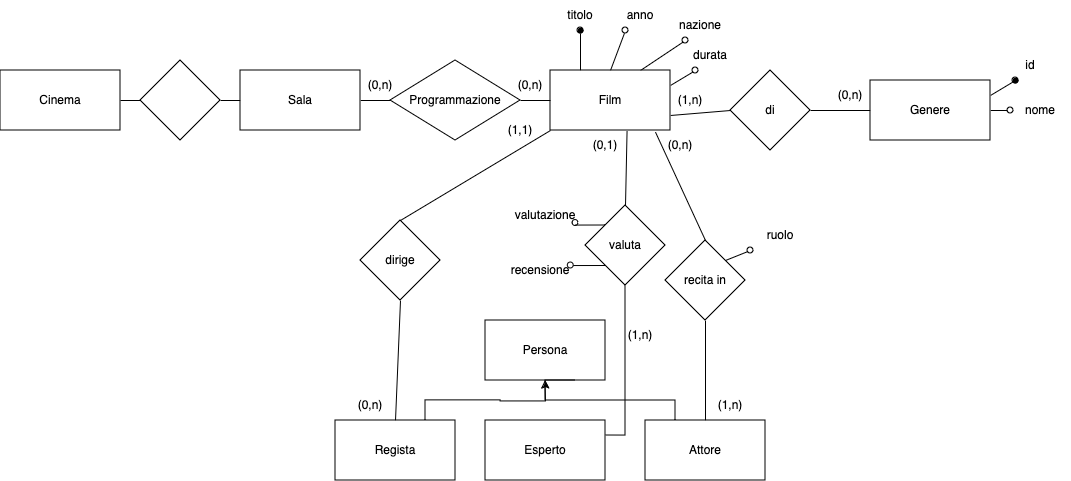
GekkeijuITA/BD keeps this draw.io diagram as Cinema.drawio.png. Above is the earlier version. Source tidied: cells renumbered, new cells last; positions are measured from the earlier drawing's top-left corner, leaving out a move shared by most shapes.
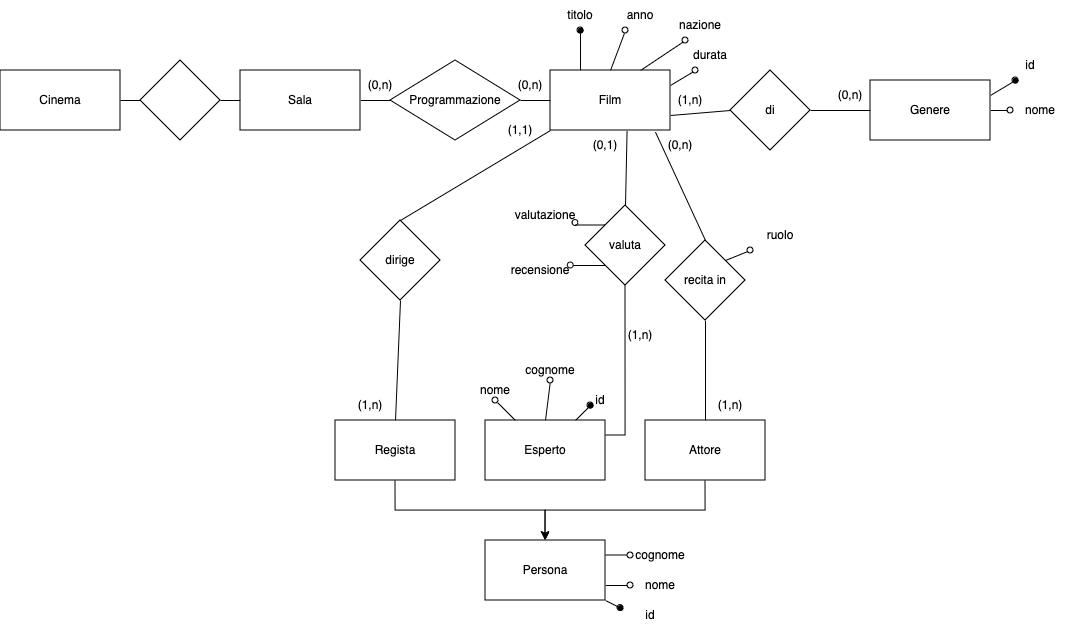
The same file after the commit.

Diff of the diagram source:
```diff
@@ -38,8 +38,22 @@
     <mxCell id="13" value="Programmazione" style="rhombus;whiteSpace=wrap;html=1;" parent="1" vertex="1">
       <mxGeometry x="390" y="60" width="130" height="80" as="geometry" />
     </mxCell>
+    <mxCell id="58" style="edgeStyle=orthogonalEdgeStyle;rounded=0;jettySize=auto;html=1;exitX=1;exitY=0.25;exitDx=0;exitDy=0;entryX=0;entryY=0.5;entryDx=0;entryDy=0;endArrow=oval;endFill=0;" parent="1" edge="1" source="14" target="67">
+      <mxGeometry relative="1" as="geometry">
+        <Array as="points">
+          <mxPoint x="620" y="555" />
+          <mxPoint x="620" y="555" />
+        </Array>
+      </mxGeometry>
+    </mxCell>
+    <mxCell id="59" style="edgeStyle=orthogonalEdgeStyle;rounded=0;jettySize=auto;html=1;exitX=1;exitY=0.75;exitDx=0;exitDy=0;entryX=0;entryY=0.5;entryDx=0;entryDy=0;endArrow=oval;endFill=0;" parent="1" edge="1" source="14" target="66">
+      <mxGeometry relative="1" as="geometry" />
+    </mxCell>
+    <mxCell id="60" style="rounded=0;jettySize=auto;html=1;exitX=1;exitY=1;exitDx=0;exitDy=0;entryX=0;entryY=0.25;entryDx=0;entryDy=0;endArrow=oval;endFill=1;" parent="1" edge="1" source="14" target="68">
+      <mxGeometry relative="1" as="geometry" />
+    </mxCell>
     <mxCell id="14" value="Persona" style="rounded=0;whiteSpace=wrap;html=1;" parent="1" vertex="1">
-      <mxGeometry x="485" y="320" width="120" height="60" as="geometry" />
+      <mxGeometry x="485" y="540" width="120" height="60" as="geometry" />
     </mxCell>
     <mxCell id="15" style="edgeStyle=orthogonalEdgeStyle;rounded=0;jettySize=auto;html=1;exitX=0;exitY=0.5;exitDx=0;exitDy=0;entryX=1;entryY=0.5;entryDx=0;entryDy=0;endArrow=none;endFill=0;" parent="1" edge="1" source="16" target="2">
       <mxGeometry relative="1" as="geometry" />
@@ -80,6 +94,15 @@
     <mxCell id="27" style="edgeStyle=orthogonalEdgeStyle;rounded=0;jettySize=auto;html=1;exitX=1;exitY=0.25;exitDx=0;exitDy=0;entryX=0.5;entryY=1;entryDx=0;entryDy=0;endArrow=none;endFill=0;" parent="1" edge="1" source="28" target="30">
       <mxGeometry relative="1" as="geometry" />
     </mxCell>
+    <mxCell id="61" style="rounded=0;jettySize=auto;html=1;exitX=0.25;exitY=0;exitDx=0;exitDy=0;entryX=0.5;entryY=1;entryDx=0;entryDy=0;endArrow=oval;endFill=0;" parent="1" edge="1" source="28" target="69">
+      <mxGeometry relative="1" as="geometry" />
+    </mxCell>
+    <mxCell id="62" style="rounded=0;jettySize=auto;html=1;exitX=0.75;exitY=0;exitDx=0;exitDy=0;entryX=0;entryY=0.75;entryDx=0;entryDy=0;endArrow=oval;endFill=1;" parent="1" edge="1" source="28" target="71">
+      <mxGeometry relative="1" as="geometry" />
+    </mxCell>
+    <mxCell id="63" style="rounded=0;jettySize=auto;html=1;exitX=0.5;exitY=0;exitDx=0;exitDy=0;entryX=0.5;entryY=1;entryDx=0;entryDy=0;endArrow=oval;endFill=0;" parent="1" edge="1" source="28" target="70">
+      <mxGeometry relative="1" as="geometry" />
+    </mxCell>
     <mxCell id="28" value="Esperto" style="rounded=0;whiteSpace=wrap;html=1;" parent="1" vertex="1">
       <mxGeometry x="485" y="420" width="120" height="60" as="geometry" />
     </mxCell>
@@ -95,19 +118,12 @@
     <mxCell id="32" value="recensione" style="text;html=1;align=center;verticalAlign=middle;whiteSpace=wrap;rounded=0;" parent="1" vertex="1">
       <mxGeometry x="510" y="255" width="60" height="30" as="geometry" />
     </mxCell>
-    <mxCell id="33" style="edgeStyle=orthogonalEdgeStyle;rounded=0;jettySize=auto;html=1;exitX=0.25;exitY=0;exitDx=0;exitDy=0;endArrow=none;endFill=0;" parent="1" edge="1" source="35">
-      <mxGeometry relative="1" as="geometry">
-        <mxPoint x="575" y="380" as="targetPoint" />
-        <Array as="points">
-          <mxPoint x="675" y="400" />
-          <mxPoint x="545" y="400" />
-          <mxPoint x="545" y="380" />
-        </Array>
-      </mxGeometry>
-    </mxCell>
     <mxCell id="34" style="edgeStyle=orthogonalEdgeStyle;rounded=0;jettySize=auto;html=1;exitX=0.5;exitY=0;exitDx=0;exitDy=0;entryX=0.5;entryY=1;entryDx=0;entryDy=0;endArrow=none;endFill=0;" parent="1" edge="1" source="35" target="37">
       <mxGeometry relative="1" as="geometry" />
     </mxCell>
+    <mxCell id="64" style="edgeStyle=orthogonalEdgeStyle;rounded=0;jettySize=auto;html=1;exitX=0.5;exitY=1;exitDx=0;exitDy=0;entryX=0.5;entryY=0;entryDx=0;entryDy=0;" parent="1" edge="1" source="35" target="14">
+      <mxGeometry relative="1" as="geometry" />
+    </mxCell>
     <mxCell id="35" value="&lt;div&gt;Attore&lt;/div&gt;" style="rounded=0;whiteSpace=wrap;html=1;" parent="1" vertex="1">
       <mxGeometry x="645" y="420" width="120" height="60" as="geometry" />
     </mxCell>
@@ -120,14 +136,12 @@
     <mxCell id="38" value="di" style="rhombus;whiteSpace=wrap;html=1;" parent="1" vertex="1">
       <mxGeometry x="730" y="70" width="80" height="80" as="geometry" />
     </mxCell>
-    <mxCell id="39" style="edgeStyle=orthogonalEdgeStyle;rounded=0;jettySize=auto;html=1;exitX=0.75;exitY=0;exitDx=0;exitDy=0;" parent="1" edge="1" source="41">
-      <mxGeometry relative="1" as="geometry">
-        <mxPoint x="545" y="380" as="targetPoint" />
-      </mxGeometry>
-    </mxCell>
     <mxCell id="40" style="rounded=0;jettySize=auto;html=1;exitX=0.5;exitY=0;exitDx=0;exitDy=0;entryX=0.5;entryY=1;entryDx=0;entryDy=0;endArrow=none;endFill=0;" parent="1" edge="1" source="41" target="43">
       <mxGeometry relative="1" as="geometry" />
     </mxCell>
+    <mxCell id="65" style="edgeStyle=orthogonalEdgeStyle;rounded=0;jettySize=auto;html=1;exitX=0.5;exitY=1;exitDx=0;exitDy=0;entryX=0.5;entryY=0;entryDx=0;entryDy=0;" parent="1" edge="1" source="41" target="14">
+      <mxGeometry relative="1" as="geometry" />
+    </mxCell>
     <mxCell id="41" value="Regista" style="rounded=0;whiteSpace=wrap;html=1;" parent="1" vertex="1">
       <mxGeometry x="335" y="420" width="120" height="60" as="geometry" />
     </mxCell>
@@ -161,7 +175,7 @@
     <mxCell id="51" value="(1,1)" style="text;html=1;align=center;verticalAlign=middle;whiteSpace=wrap;rounded=0;" parent="1" vertex="1">
       <mxGeometry x="490" y="115" width="60" height="30" as="geometry" />
     </mxCell>
-    <mxCell id="52" value="(0,n)" style="text;html=1;align=center;verticalAlign=middle;whiteSpace=wrap;rounded=0;" parent="1" vertex="1">
+    <mxCell id="52" value="(1,n)" style="text;html=1;align=center;verticalAlign=middle;whiteSpace=wrap;rounded=0;" parent="1" vertex="1">
       <mxGeometry x="340" y="390" width="60" height="30" as="geometry" />
     </mxCell>
     <mxCell id="53" value="(0,n)" style="text;html=1;align=center;verticalAlign=middle;whiteSpace=wrap;rounded=0;" parent="1" vertex="1">
@@ -179,5 +193,23 @@
     <mxCell id="57" value="ruolo" style="text;html=1;align=center;verticalAlign=middle;whiteSpace=wrap;rounded=0;" parent="1" vertex="1">
       <mxGeometry x="750" y="220" width="60" height="30" as="geometry" />
     </mxCell>
+    <mxCell id="66" value="nome" style="text;html=1;align=center;verticalAlign=middle;whiteSpace=wrap;rounded=0;" parent="1" vertex="1">
+      <mxGeometry x="630" y="570" width="60" height="30" as="geometry" />
+    </mxCell>
+    <mxCell id="67" value="cognome" style="text;html=1;align=center;verticalAlign=middle;whiteSpace=wrap;rounded=0;" parent="1" vertex="1">
+      <mxGeometry x="630" y="540" width="60" height="30" as="geometry" />
+    </mxCell>
+    <mxCell id="68" value="id" style="text;html=1;align=center;verticalAlign=middle;whiteSpace=wrap;rounded=0;" parent="1" vertex="1">
+      <mxGeometry x="620" y="600" width="60" height="30" as="geometry" />
+    </mxCell>
+    <mxCell id="69" value="nome" style="text;html=1;align=center;verticalAlign=middle;whiteSpace=wrap;rounded=0;" parent="1" vertex="1">
+      <mxGeometry x="470" y="380" width="50" height="20" as="geometry" />
+    </mxCell>
+    <mxCell id="70" value="cognome" style="text;html=1;align=center;verticalAlign=middle;whiteSpace=wrap;rounded=0;" parent="1" vertex="1">
+      <mxGeometry x="520" y="360" width="60" height="20" as="geometry" />
+    </mxCell>
+    <mxCell id="71" value="id" style="text;html=1;align=center;verticalAlign=middle;whiteSpace=wrap;rounded=0;" parent="1" vertex="1">
+      <mxGeometry x="590" y="390" width="20" height="20" as="geometry" />
+    </mxCell>
   </root>
 </mxGraphModel>
```
